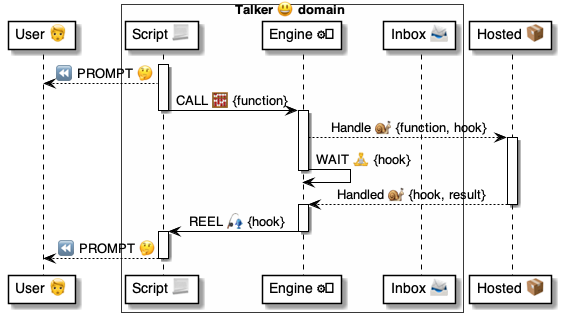
Earlier version of the PlantUML export 4 ⚙️ Solution/35 💬 Chats/Talkers 😃/😃⏩ Talker flows/Run Sync Functions 😃⏩📦/😃 Call ⚙️ uml.png (pollyweb-org/pollyweb-docs). Its source is kept beside it as 4 ⚙️ Solution/35 💬 Chats/Talkers 😃/😃⏩ Talker flows/Run Sync Functions 😃⏩📦/😃 Call ⚙️ uml.puml.
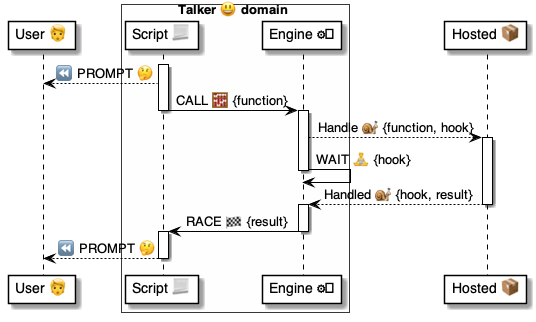
Above is the later version.

What changed in the source:
```diff
@@ -4,7 +4,6 @@
 box Talker 😃 domain #FFFFFA
     participant "Script 📃" as script
     participant "Engine ⚙️" as engine
-    participant "Inbox 📨" as inbox
 end box
 participant "Hosted 📦" as hosted
 
@@ -25,7 +24,7 @@
 deactivate hosted
 
 activate engine
-    engine -> script: REEL 🎣 {hook}
+    engine -> script: RACE 🏁 {result}
 deactivate engine
 
 activate script
```
